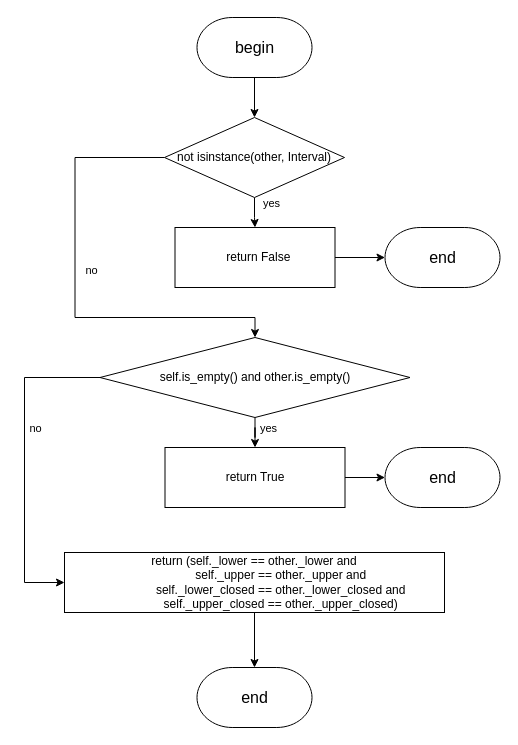
Before: page "eq" (5 of 12) of lw2/schemes/interval.drawio in slavikovics/FuzzyInference, a draw.io diagram. Source tidied: cells renumbered, new cells numbered last; positions are measured from the earlier drawing's top-left corner, leaving out a move shared by most shapes. Both pictures are drawn from the tidied source at 100%, with x=0, y=0 at pixel (24, 17).
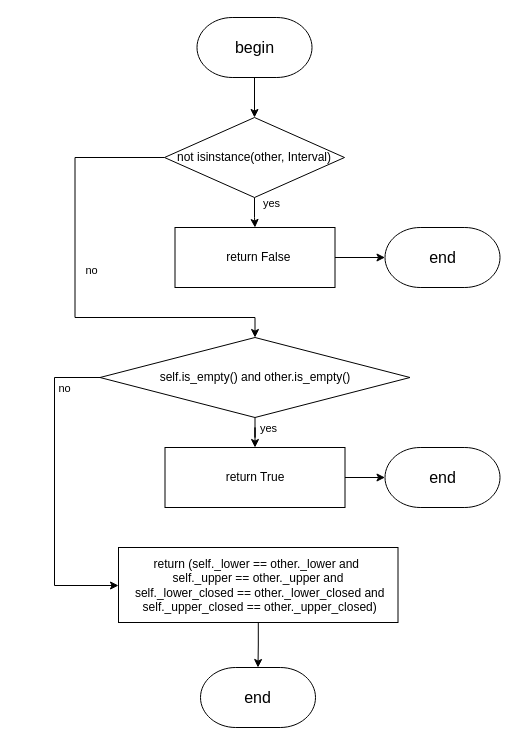
Above is the later version.

Unchanged cells that the change refers to:
```xml
<mxCell id="17" value="self.is_empty() and other.is_empty()" style="rhombus;whiteSpace=wrap;html=1;" parent="1" vertex="1">
  <mxGeometry x="75.5" y="320" width="310" height="80" as="geometry" />
</mxCell>
```

The edit, as a diff of the source:
```diff
@@
     <mxCell id="9" value="&lt;font style=&quot;font-size: 16px;&quot;&gt;end&lt;/font&gt;" style="strokeWidth=1;html=1;shape=mxgraph.flowchart.terminator;whiteSpace=wrap;" parent="1" vertex="1">
-      <mxGeometry x="172.5" y="650" width="115" height="60" as="geometry" />
+      <mxGeometry x="176" y="650" width="115" height="60" as="geometry" />
     </mxCell>
@@
-    <mxCell id="15" style="edgeStyle=orthogonalEdgeStyle;rounded=0;jettySize=auto;html=1;entryX=0;entryY=0.5;entryDx=0;entryDy=0;" parent="1" edge="1" source="17" target="19">
-      <mxGeometry relative="1" as="geometry">
-        <Array as="points">
-          <mxPoint y="360" />
-          <mxPoint y="565" />
-        </Array>
-      </mxGeometry>
-    </mxCell>
-    <mxCell id="16" value="no" style="edgeLabel;html=1;align=center;verticalAlign=middle;" parent="15" vertex="1">
-      <mxGeometry x="-0.49" y="1" relative="1" as="geometry">
-        <mxPoint x="9" y="44" as="offset" />
+    <mxCell id="16" value="no" style="edgeStyle=orthogonalEdgeStyle;rounded=0;jettySize=auto;html=1;" parent="1" edge="1" source="17" target="19">
+      <mxGeometry x="-0.65" y="10" relative="1" as="geometry">
+        <Array as="points">
+          <mxPoint x="30" y="360" />
+          <mxPoint x="30" y="568" />
+        </Array>
       </mxGeometry>
     </mxCell>
@@
-    <mxCell id="19" value="&lt;div&gt;return (self._lower == other._lower and&lt;/div&gt;&lt;div&gt;&amp;nbsp; &amp;nbsp; &amp;nbsp; &amp;nbsp; &amp;nbsp; &amp;nbsp; &amp;nbsp; &amp;nbsp; self._upper == other._upper and&lt;/div&gt;&lt;div&gt;&amp;nbsp; &amp;nbsp; &amp;nbsp; &amp;nbsp; &amp;nbsp; &amp;nbsp; &amp;nbsp; &amp;nbsp; self._lower_closed == other._lower_closed and&lt;/div&gt;&lt;div&gt;&amp;nbsp; &amp;nbsp; &amp;nbsp; &amp;nbsp; &amp;nbsp; &amp;nbsp; &amp;nbsp; &amp;nbsp; self._upper_closed == other._upper_closed)&lt;/div&gt;" style="rounded=0;whiteSpace=wrap;html=1;" parent="1" vertex="1">
-      <mxGeometry x="40" y="535" width="380" height="60" as="geometry" />
+    <mxCell id="19" value="&lt;div&gt;return (self._lower == other._lower and&amp;nbsp;&lt;/div&gt;&lt;div&gt;&lt;span style=&quot;background-color: transparent; color: light-dark(rgb(0, 0, 0), rgb(255, 255, 255));&quot;&gt;self._upper == other._upper and&lt;/span&gt;&lt;/div&gt;&lt;div&gt;&amp;nbsp;self._lower_closed == other._lower_closed and&lt;/div&gt;&lt;div&gt;&amp;nbsp;self._upper_closed == other._upper_closed)&lt;/div&gt;" style="rounded=0;whiteSpace=wrap;html=1;" parent="1" vertex="1">
+      <mxGeometry x="94" y="530" width="279.5" height="75" as="geometry" />
     </mxCell>
```
